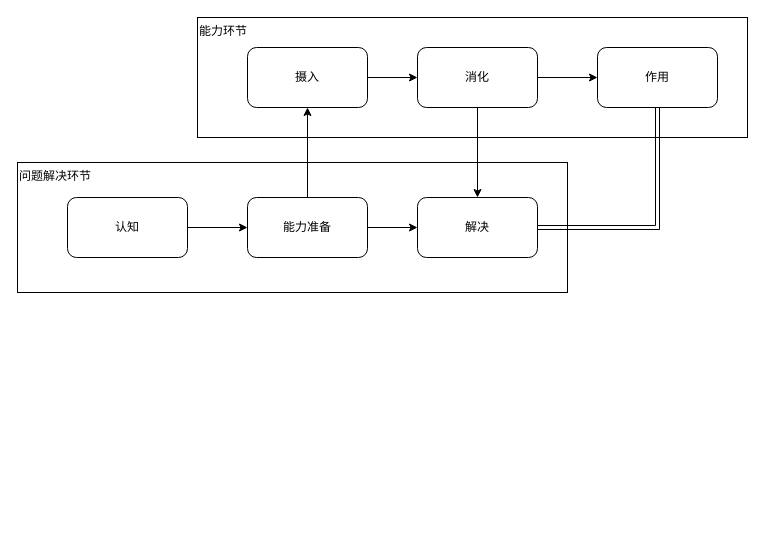
brendonlin/myflowchart keeps this draw.io diagram as problem sloving.drawio. Above is the earlier version. Source tidied: cells renumbered, new cells numbered last; positions are measured from the earlier drawing's top-left corner, leaving out a move shared by most shapes. Both pictures are drawn from the tidied source at 100%, with x=0, y=0 at pixel (17, 17).
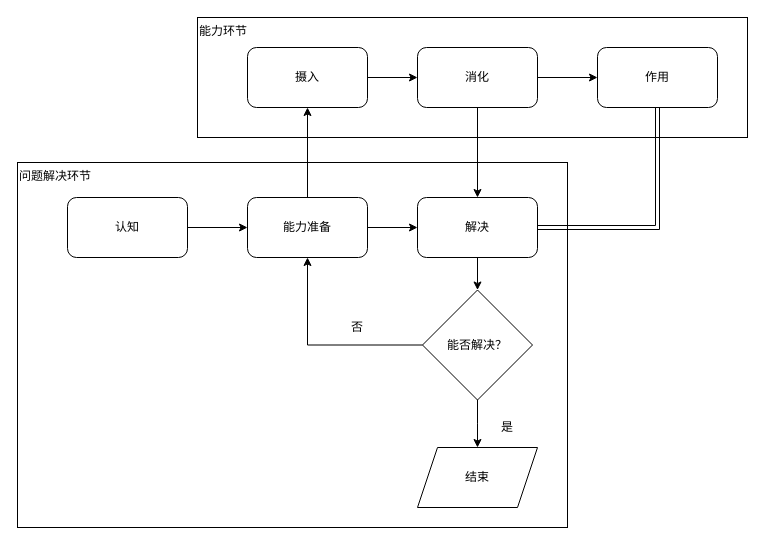
The same diagram, later.

The change refers to these unchanged cells:
```xml
<mxCell id="8" value="能力准备" style="rounded=1;whiteSpace=wrap;html=1;" parent="1" vertex="1">
  <mxGeometry x="230" y="180" width="120" height="60" as="geometry" />
</mxCell>
<mxCell id="9" value="解决" style="rounded=1;whiteSpace=wrap;html=1;" parent="1" vertex="1">
  <mxGeometry x="400" y="180" width="120" height="60" as="geometry" />
</mxCell>
```

The edit, as a diff of the source:
```diff
@@
     <mxCell id="2" value="问题解决环节" style="rounded=0;whiteSpace=wrap;html=1;align=left;verticalAlign=top;" parent="1" vertex="1">
-      <mxGeometry y="145" width="550" height="130" as="geometry" />
+      <mxGeometry y="145" width="550" height="365" as="geometry" />
     </mxCell>
@@
+    <mxCell id="17" style="edgeStyle=orthogonalEdgeStyle;rounded=0;jettySize=auto;html=1;" parent="1" edge="1" source="9" target="20">
+      <mxGeometry relative="1" as="geometry" />
+    </mxCell>
@@
+    <mxCell id="18" style="edgeStyle=orthogonalEdgeStyle;rounded=0;jettySize=auto;html=1;" parent="1" edge="1" source="20">
+      <mxGeometry relative="1" as="geometry">
+        <mxPoint x="460" y="430" as="targetPoint" />
+      </mxGeometry>
+    </mxCell>
+    <mxCell id="19" style="edgeStyle=orthogonalEdgeStyle;rounded=0;jettySize=auto;html=1;entryX=0.5;entryY=1;entryDx=0;entryDy=0;" parent="1" edge="1" source="20" target="8">
+      <mxGeometry relative="1" as="geometry" />
+    </mxCell>
+    <mxCell id="20" value="能否解决？" style="rhombus;whiteSpace=wrap;html=1;align=center;" parent="1" vertex="1">
+      <mxGeometry x="405" y="272.5" width="110" height="110" as="geometry" />
+    </mxCell>
+    <mxCell id="21" value="结束" style="shape=parallelogram;perimeter=parallelogramPerimeter;whiteSpace=wrap;html=1;fixedSize=1;align=center;" parent="1" vertex="1">
+      <mxGeometry x="400" y="430" width="120" height="60" as="geometry" />
+    </mxCell>
+    <mxCell id="22" value="是" style="text;html=1;strokeColor=none;fillColor=none;align=center;verticalAlign=middle;whiteSpace=wrap;rounded=0;" parent="1" vertex="1">
+      <mxGeometry x="470" y="400" width="40" height="20" as="geometry" />
+    </mxCell>
+    <mxCell id="23" value="否" style="text;html=1;strokeColor=none;fillColor=none;align=center;verticalAlign=middle;whiteSpace=wrap;rounded=0;" parent="1" vertex="1">
+      <mxGeometry x="320" y="300" width="40" height="20" as="geometry" />
+    </mxCell>
```
